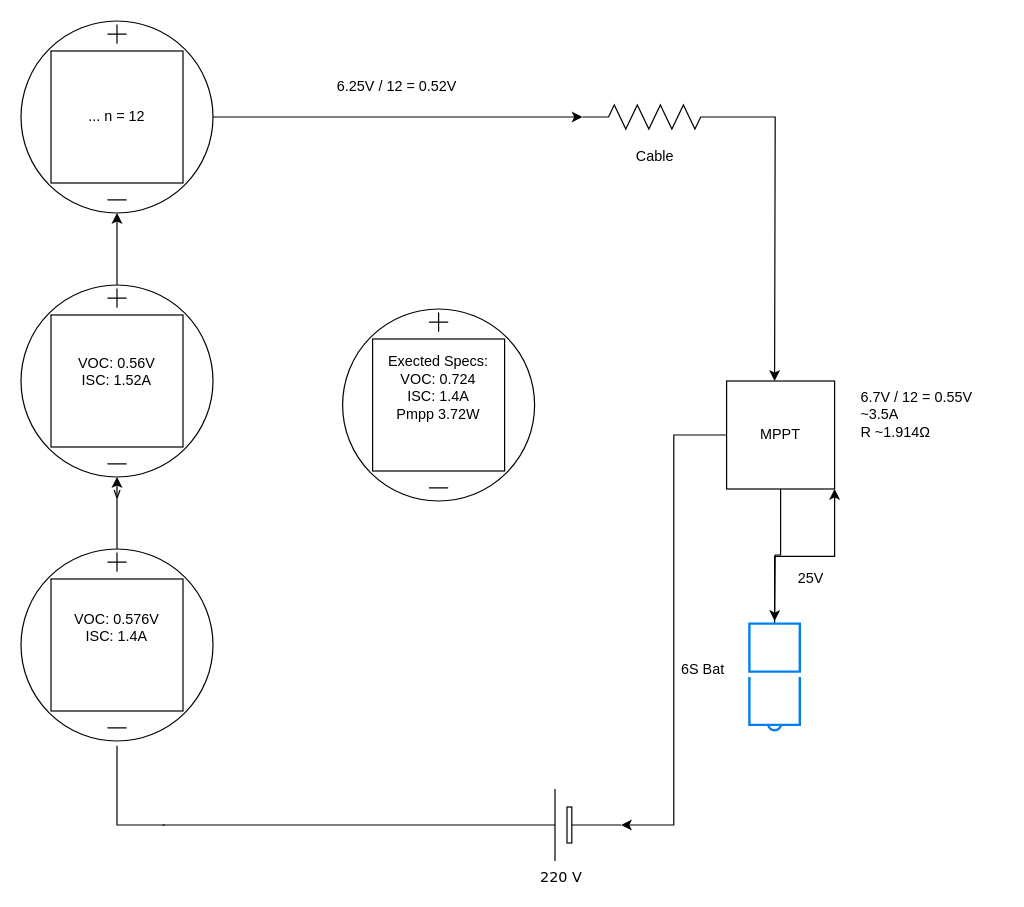
Above: school/Solarexperiment.drawio in Lehp/diagrams (draw.io), before the change. Source tidied: cells renumbered, new cells numbered last; positions are measured from the earlier drawing's top-left corner, leaving out a move shared by most shapes. Both pictures are drawn from the tidied source at 120%, with x=0, y=0 at pixel (20, 20).
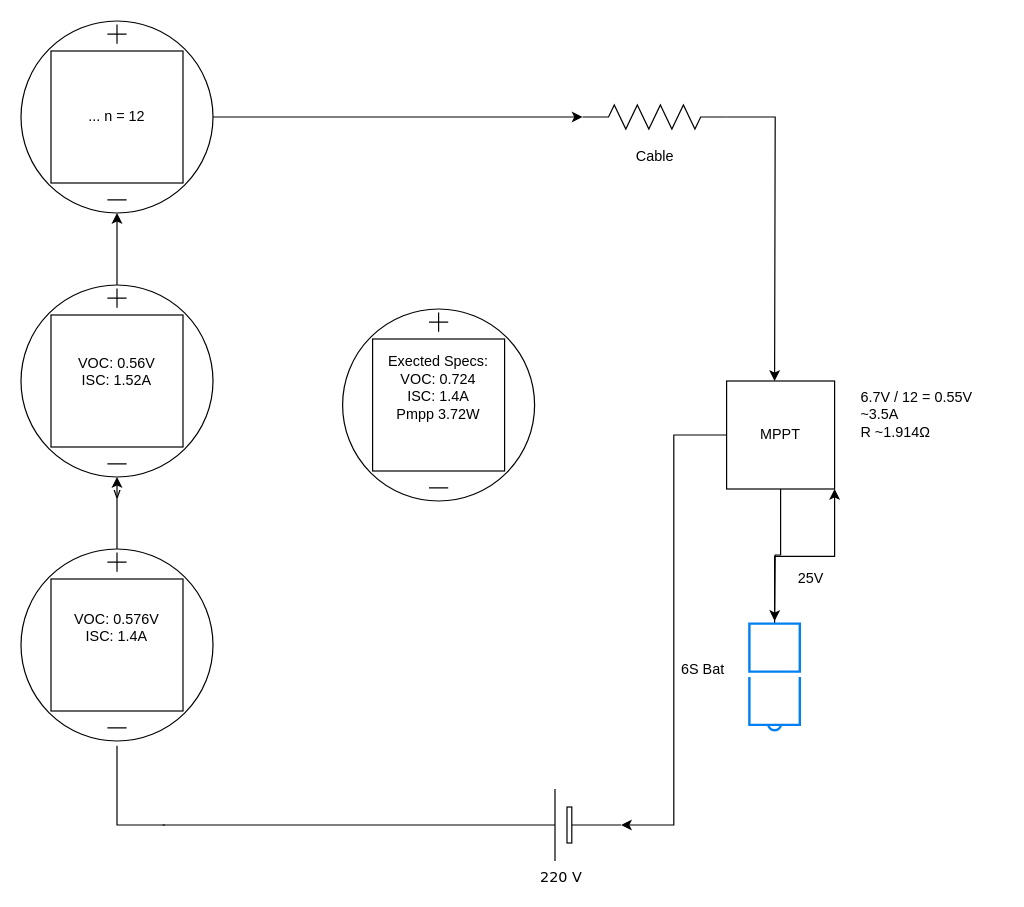
After the change.

Change to the diagram source:
```diff
@@
-    <mxCell id="16" value="6.25V / 12 = 0.52V" style="text;html=1;align=center;verticalAlign=middle;strokeColor=none;fillColor=none;" parent="1" vertex="1">
-      <mxGeometry x="253" y="40" width="120" height="30" as="geometry" />
-    </mxCell>
```
